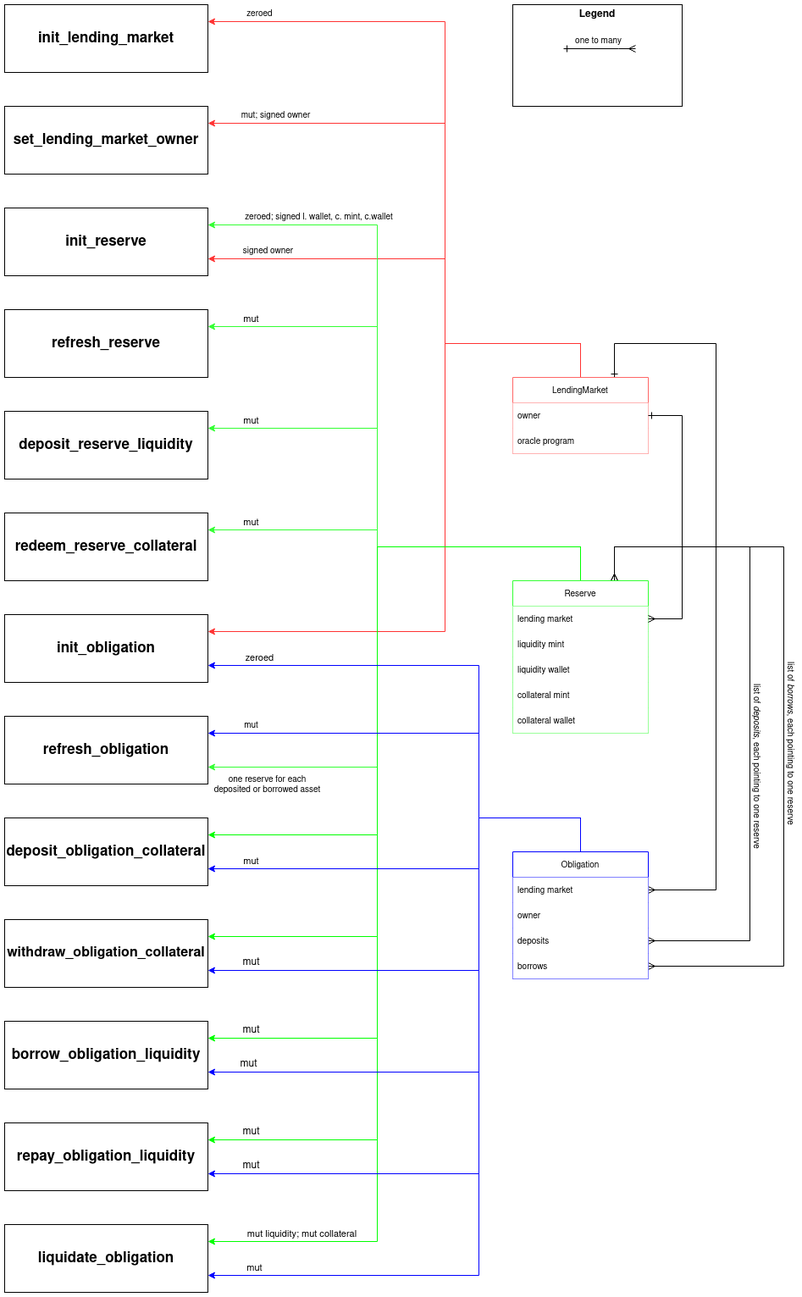
Before: docs/endpoints_accounts_relationship.png, a diagram exported from draw.io (aldrin-labs/solana-borrow-lending). Source tidied: cells renumbered, new cells last; positions are measured from the earlier drawing's top-left corner, leaving out a move shared by most shapes.
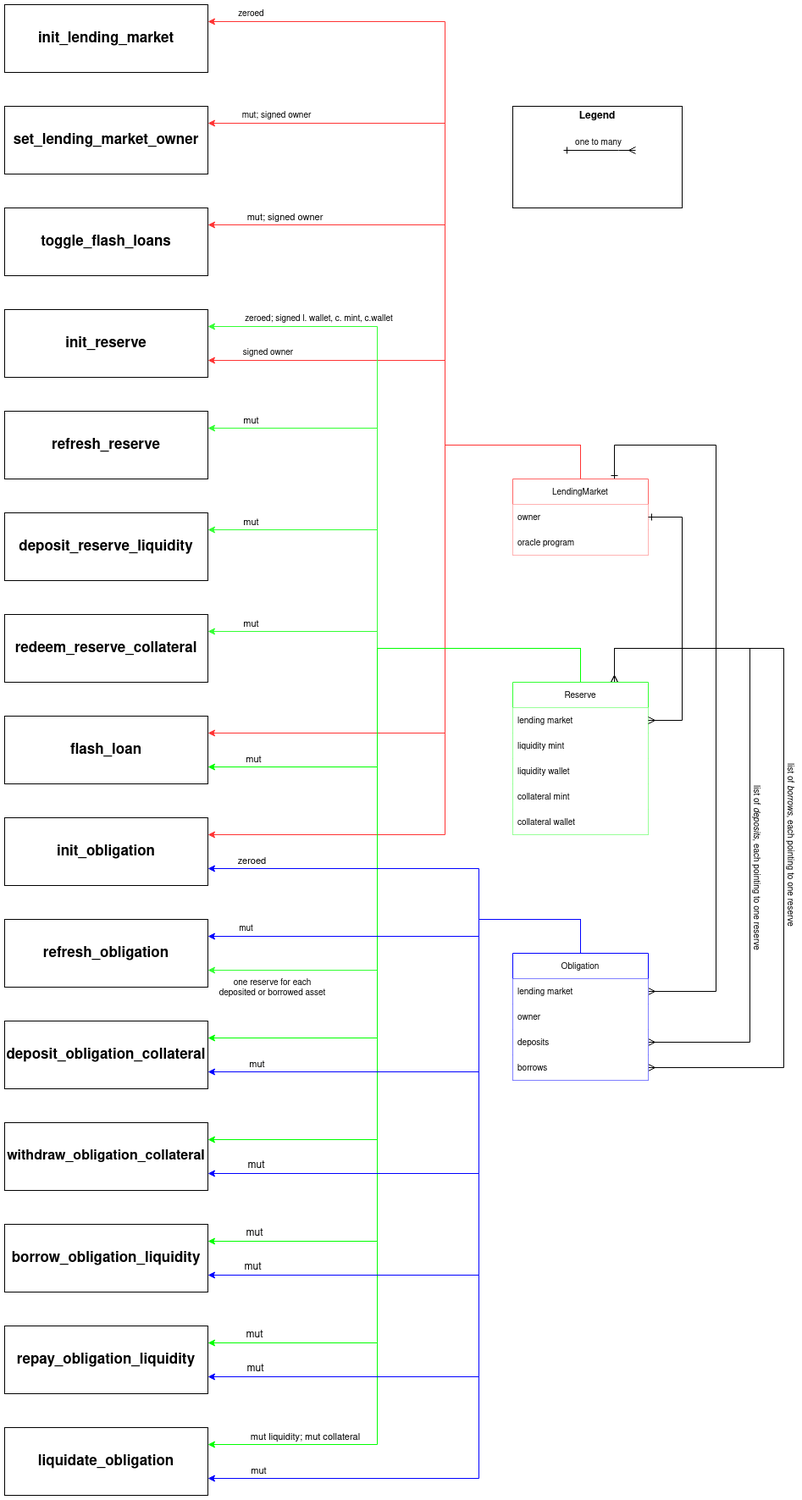
The same diagram one commit later.

Change to the diagram source:
```diff
@@ -3,20 +3,20 @@
     <mxCell id="0" />
     <mxCell id="1" parent="0" />
     <mxCell id="2" value="&lt;div&gt;&lt;b&gt;&lt;font style=&quot;font-size: 17px&quot;&gt;init_lending_market&lt;/font&gt;&lt;/b&gt;&lt;/div&gt;" style="rounded=0;whiteSpace=wrap;html=1;fontColor=default;" parent="1" vertex="1">
-      <mxGeometry width="240" height="80" as="geometry" />
+      <mxGeometry y="-120" width="240" height="80" as="geometry" />
     </mxCell>
     <mxCell id="3" style="edgeStyle=orthogonalEdgeStyle;rounded=0;jettySize=auto;html=1;exitX=0.5;exitY=0;exitDx=0;exitDy=0;entryX=1;entryY=0.25;entryDx=0;entryDy=0;fontSize=10;fillColor=#f8cecc;strokeColor=#FF3333;fontColor=default;" parent="1" edge="1" source="11" target="2">
       <mxGeometry relative="1" as="geometry">
         <Array as="points">
           <mxPoint x="680" y="400" />
           <mxPoint x="520" y="400" />
-          <mxPoint x="520" y="20" />
+          <mxPoint x="520" y="-100" />
         </Array>
       </mxGeometry>
     </mxCell>
     <mxCell id="4" value="&lt;div&gt;zeroed&lt;/div&gt;" style="edgeLabel;html=1;align=center;verticalAlign=middle;fontSize=10;labelBackgroundColor=default;fontColor=default;" parent="3" vertex="1">
       <mxGeometry x="0.75" y="2" relative="1" as="geometry">
-        <mxPoint x="-49" y="-12" as="offset" />
+        <mxPoint x="-74" y="-12" as="offset" />
       </mxGeometry>
     </mxCell>
     <mxCell id="5" style="edgeStyle=orthogonalEdgeStyle;rounded=0;jettySize=auto;html=1;exitX=0.5;exitY=0;exitDx=0;exitDy=0;entryX=1;entryY=0.25;entryDx=0;entryDy=0;fontSize=10;strokeColor=#FF3333;fontColor=default;" parent="1" edge="1" source="11" target="14">
@@ -24,13 +24,13 @@
         <Array as="points">
           <mxPoint x="680" y="400" />
           <mxPoint x="520" y="400" />
-          <mxPoint x="520" y="140" />
+          <mxPoint x="520" y="20" />
         </Array>
       </mxGeometry>
     </mxCell>
     <mxCell id="6" value="mut; signed owner" style="edgeLabel;html=1;align=center;verticalAlign=middle;fontSize=10;labelBackgroundColor=default;fontColor=default;" parent="5" vertex="1">
       <mxGeometry x="0.69" y="2" relative="1" as="geometry">
-        <mxPoint x="-34" y="-12" as="offset" />
+        <mxPoint x="-52" y="-12" as="offset" />
       </mxGeometry>
     </mxCell>
     <mxCell id="7" style="edgeStyle=orthogonalEdgeStyle;rounded=0;jettySize=auto;html=1;exitX=0.5;exitY=0;exitDx=0;exitDy=0;entryX=1;entryY=0.75;entryDx=0;entryDy=0;fontSize=10;startArrow=none;startFill=0;endArrow=classic;endFill=1;strokeColor=#FF3333;fontColor=default;" parent="1" edge="1" source="11" target="44">
@@ -52,7 +52,7 @@
         <Array as="points">
           <mxPoint x="680" y="400" />
           <mxPoint x="520" y="400" />
-          <mxPoint x="520" y="740" />
+          <mxPoint x="520" y="860" />
         </Array>
       </mxGeometry>
     </mxCell>
@@ -65,6 +65,29 @@
         </Array>
       </mxGeometry>
     </mxCell>
+    <mxCell id="78" style="edgeStyle=orthogonalEdgeStyle;rounded=0;jettySize=auto;html=1;exitX=0.5;exitY=0;exitDx=0;exitDy=0;entryX=1;entryY=0.25;entryDx=0;entryDy=0;strokeColor=#FF3333;" parent="1" edge="1" source="11" target="83">
+      <mxGeometry relative="1" as="geometry">
+        <Array as="points">
+          <mxPoint x="680" y="400" />
+          <mxPoint x="520" y="400" />
+          <mxPoint x="520" y="740" />
+        </Array>
+      </mxGeometry>
+    </mxCell>
+    <mxCell id="79" style="edgeStyle=orthogonalEdgeStyle;rounded=0;jettySize=auto;html=1;exitX=0.5;exitY=0;exitDx=0;exitDy=0;entryX=1;entryY=0.25;entryDx=0;entryDy=0;strokeColor=#FF3333;" parent="1" edge="1" source="11" target="84">
+      <mxGeometry relative="1" as="geometry">
+        <Array as="points">
+          <mxPoint x="680" y="400" />
+          <mxPoint x="520" y="400" />
+          <mxPoint x="520" y="140" />
+        </Array>
+      </mxGeometry>
+    </mxCell>
+    <mxCell id="80" value="mut; signed owner" style="edgeLabel;html=1;align=center;verticalAlign=middle;" parent="79" vertex="1">
+      <mxGeometry x="0.88" relative="1" as="geometry">
+        <mxPoint x="44" y="-10" as="offset" />
+      </mxGeometry>
+    </mxCell>
     <mxCell id="11" value="LendingMarket" style="swimlane;fontStyle=0;horizontal=1;startSize=30;fontSize=10;labelBorderColor=none;strokeColor=#FF6666;fillColor=default;fontColor=default;" parent="1" vertex="1">
       <mxGeometry x="600" y="440" width="160" height="90" as="geometry" />
     </mxCell>
@@ -75,7 +98,7 @@
       <mxGeometry y="60" width="160" height="30" as="geometry" />
     </mxCell>
     <mxCell id="14" value="&lt;div&gt;&lt;b&gt;&lt;font style=&quot;font-size: 17px&quot;&gt;set_lending_market_owner&lt;/font&gt;&lt;/b&gt;&lt;/div&gt;" style="rounded=0;whiteSpace=wrap;html=1;fontColor=default;" parent="1" vertex="1">
-      <mxGeometry y="120" width="240" height="80" as="geometry" />
+      <mxGeometry width="240" height="80" as="geometry" />
     </mxCell>
     <mxCell id="15" style="edgeStyle=orthogonalEdgeStyle;rounded=0;jettySize=auto;html=1;exitX=0.5;exitY=0;exitDx=0;exitDy=0;entryX=1;entryY=0.25;entryDx=0;entryDy=0;fontSize=10;startArrow=none;startFill=0;endArrow=classic;endFill=1;strokeColor=#33FF33;labelBackgroundColor=default;fontColor=default;" parent="1" edge="1" source="37" target="44">
       <mxGeometry relative="1" as="geometry">
@@ -139,7 +162,7 @@
         <Array as="points">
           <mxPoint x="680" y="640" />
           <mxPoint x="440" y="640" />
-          <mxPoint x="440" y="900" />
+          <mxPoint x="440" y="1020" />
         </Array>
       </mxGeometry>
     </mxCell>
@@ -181,7 +204,7 @@
         <Array as="points">
           <mxPoint x="680" y="640" />
           <mxPoint x="440" y="640" />
-          <mxPoint x="440" y="980" />
+          <mxPoint x="440" y="1100" />
         </Array>
       </mxGeometry>
     </mxCell>
@@ -190,7 +213,7 @@
         <Array as="points">
           <mxPoint x="680" y="640" />
           <mxPoint x="440" y="640" />
-          <mxPoint x="440" y="1100" />
+          <mxPoint x="440" y="1220" />
         </Array>
       </mxGeometry>
     </mxCell>
@@ -199,7 +222,7 @@
         <Array as="points">
           <mxPoint x="680" y="640" />
           <mxPoint x="440" y="640" />
-          <mxPoint x="440" y="1220" />
+          <mxPoint x="440" y="1340" />
         </Array>
       </mxGeometry>
     </mxCell>
@@ -213,7 +236,7 @@
         <Array as="points">
           <mxPoint x="680" y="640" />
           <mxPoint x="440" y="640" />
-          <mxPoint x="440" y="1340" />
+          <mxPoint x="440" y="1460" />
         </Array>
       </mxGeometry>
     </mxCell>
@@ -227,7 +250,7 @@
         <Array as="points">
           <mxPoint x="680" y="640" />
           <mxPoint x="440" y="640" />
-          <mxPoint x="440" y="1460" />
+          <mxPoint x="440" y="1580" />
         </Array>
       </mxGeometry>
     </mxCell>
@@ -236,6 +259,20 @@
         <mxPoint x="68" y="-8" as="offset" />
       </mxGeometry>
     </mxCell>
+    <mxCell id="81" style="edgeStyle=orthogonalEdgeStyle;rounded=0;jettySize=auto;html=1;exitX=0.5;exitY=0;exitDx=0;exitDy=0;entryX=1;entryY=0.75;entryDx=0;entryDy=0;strokeColor=#00FF00;" parent="1" edge="1" source="37" target="83">
+      <mxGeometry relative="1" as="geometry">
+        <Array as="points">
+          <mxPoint x="680" y="640" />
+          <mxPoint x="440" y="640" />
+          <mxPoint x="440" y="780" />
+        </Array>
+      </mxGeometry>
+    </mxCell>
+    <mxCell id="82" value="mut" style="edgeLabel;html=1;align=center;verticalAlign=middle;" parent="81" vertex="1">
+      <mxGeometry x="0.86" y="2" relative="1" as="geometry">
+        <mxPoint x="9" y="-12" as="offset" />
+      </mxGeometry>
+    </mxCell>
     <mxCell id="37" value="Reserve" style="swimlane;fontStyle=0;horizontal=1;startSize=30;labelBorderColor=none;fontSize=10;strokeColor=#33FF33;fillColor=default;fontColor=default;" parent="1" vertex="1">
       <mxGeometry x="600" y="680" width="160" height="180" as="geometry" />
     </mxCell>
@@ -275,14 +312,14 @@
       <mxGeometry y="600" width="240" height="80" as="geometry" />
     </mxCell>
     <mxCell id="48" value="&lt;div&gt;&lt;b&gt;&lt;font style=&quot;font-size: 17px&quot;&gt;init_obligation&lt;/font&gt;&lt;/b&gt;&lt;/div&gt;" style="rounded=0;whiteSpace=wrap;html=1;fillColor=default;strokeColor=default;fontColor=default;" parent="1" vertex="1">
-      <mxGeometry y="720" width="240" height="80" as="geometry" />
+      <mxGeometry y="840" width="240" height="80" as="geometry" />
     </mxCell>
     <mxCell id="49" style="edgeStyle=orthogonalEdgeStyle;rounded=0;jettySize=auto;html=1;exitX=0.5;exitY=0;exitDx=0;exitDy=0;entryX=1;entryY=0.75;entryDx=0;entryDy=0;fontColor=default;strokeColor=#0000FF;labelBackgroundColor=default;" parent="1" edge="1" source="63" target="48">
       <mxGeometry relative="1" as="geometry">
         <Array as="points">
           <mxPoint x="680" y="960" />
           <mxPoint x="560" y="960" />
-          <mxPoint x="560" y="780" />
+          <mxPoint x="560" y="900" />
         </Array>
       </mxGeometry>
     </mxCell>
@@ -296,7 +333,7 @@
         <Array as="points">
           <mxPoint x="680" y="960" />
           <mxPoint x="560" y="960" />
-          <mxPoint x="560" y="860" />
+          <mxPoint x="560" y="980" />
         </Array>
       </mxGeometry>
     </mxCell>
@@ -310,7 +347,7 @@
         <Array as="points">
           <mxPoint x="680" y="960" />
           <mxPoint x="560" y="960" />
-          <mxPoint x="560" y="1020" />
+          <mxPoint x="560" y="1140" />
         </Array>
       </mxGeometry>
     </mxCell>
@@ -324,7 +361,7 @@
         <Array as="points">
           <mxPoint x="680" y="960" />
           <mxPoint x="560" y="960" />
-          <mxPoint x="560" y="1140" />
+          <mxPoint x="560" y="1260" />
         </Array>
       </mxGeometry>
     </mxCell>
@@ -338,7 +375,7 @@
         <Array as="points">
           <mxPoint x="680" y="960" />
           <mxPoint x="560" y="960" />
-          <mxPoint x="560" y="1260" />
+          <mxPoint x="560" y="1380" />
         </Array>
       </mxGeometry>
     </mxCell>
@@ -352,7 +389,7 @@
         <Array as="points">
           <mxPoint x="680" y="960" />
           <mxPoint x="560" y="960" />
-          <mxPoint x="560" y="1380" />
+          <mxPoint x="560" y="1500" />
         </Array>
       </mxGeometry>
     </mxCell>
@@ -366,7 +403,7 @@
         <Array as="points">
           <mxPoint x="680" y="960" />
           <mxPoint x="560" y="960" />
-          <mxPoint x="560" y="1500" />
+          <mxPoint x="560" y="1620" />
         </Array>
       </mxGeometry>
     </mxCell>
@@ -391,7 +428,7 @@
       <mxGeometry y="120" width="160" height="30" as="geometry" />
     </mxCell>
     <mxCell id="68" value="&lt;div&gt;&lt;b&gt;&lt;font style=&quot;font-size: 17px&quot;&gt;refresh_obligation&lt;/font&gt;&lt;/b&gt;&lt;/div&gt;" style="rounded=0;whiteSpace=wrap;html=1;fillColor=default;strokeColor=default;fontColor=default;" parent="1" vertex="1">
-      <mxGeometry y="840" width="240" height="80" as="geometry" />
+      <mxGeometry y="960" width="240" height="80" as="geometry" />
     </mxCell>
     <mxCell id="69" style="group;fontColor=default;" parent="1" vertex="1">
       <mxGeometry x="600" width="200" height="120" as="geometry" />
@@ -414,19 +451,25 @@
       </mxGeometry>
     </mxCell>
     <mxCell id="73" value="&lt;div&gt;&lt;b&gt;&lt;font style=&quot;font-size: 17px&quot;&gt;deposit_obligation_collateral&lt;/font&gt;&lt;/b&gt;&lt;/div&gt;" style="rounded=0;whiteSpace=wrap;html=1;fillColor=default;strokeColor=default;fontColor=default;" parent="1" vertex="1">
-      <mxGeometry y="960" width="240" height="80" as="geometry" />
+      <mxGeometry y="1080" width="240" height="80" as="geometry" />
     </mxCell>
     <mxCell id="74" value="&lt;div style=&quot;font-size: 16px;&quot;&gt;&lt;b style=&quot;font-size: 16px;&quot;&gt;&lt;font style=&quot;font-size: 16px;&quot;&gt;withdraw_obligation_collateral&lt;/font&gt;&lt;/b&gt;&lt;/div&gt;" style="rounded=0;whiteSpace=wrap;html=1;fillColor=default;strokeColor=default;fontColor=default;fontSize=16;" parent="1" vertex="1">
-      <mxGeometry y="1080" width="240" height="80" as="geometry" />
+      <mxGeometry y="1200" width="240" height="80" as="geometry" />
     </mxCell>
     <mxCell id="75" value="&lt;div style=&quot;font-size: 17px&quot;&gt;&lt;font style=&quot;font-size: 17px&quot;&gt;&lt;b&gt;&lt;font style=&quot;font-size: 17px&quot;&gt;borrow_obligation_liquidity&lt;/font&gt;&lt;/b&gt;&lt;/font&gt;&lt;/div&gt;" style="rounded=0;whiteSpace=wrap;html=1;fillColor=default;strokeColor=default;fontColor=default;fontSize=16;" parent="1" vertex="1">
-      <mxGeometry y="1200" width="240" height="80" as="geometry" />
+      <mxGeometry y="1320" width="240" height="80" as="geometry" />
     </mxCell>
     <mxCell id="76" value="&lt;div style=&quot;font-size: 17px&quot;&gt;&lt;font style=&quot;font-size: 17px&quot;&gt;&lt;b&gt;&lt;font style=&quot;font-size: 17px&quot;&gt;repay_obligation_liquidity&lt;/font&gt;&lt;/b&gt;&lt;/font&gt;&lt;/div&gt;" style="rounded=0;whiteSpace=wrap;html=1;fillColor=default;strokeColor=default;fontColor=default;fontSize=16;" parent="1" vertex="1">
-      <mxGeometry y="1320" width="240" height="80" as="geometry" />
+      <mxGeometry y="1440" width="240" height="80" as="geometry" />
     </mxCell>
     <mxCell id="77" value="&lt;div style=&quot;font-size: 17px&quot;&gt;&lt;font style=&quot;font-size: 17px&quot;&gt;&lt;b&gt;&lt;font style=&quot;font-size: 17px&quot;&gt;liquidate_obligation&lt;/font&gt;&lt;/b&gt;&lt;/font&gt;&lt;/div&gt;" style="rounded=0;whiteSpace=wrap;html=1;fillColor=default;strokeColor=default;fontColor=default;fontSize=16;" parent="1" vertex="1">
-      <mxGeometry y="1440" width="240" height="80" as="geometry" />
+      <mxGeometry y="1560" width="240" height="80" as="geometry" />
     </mxCell>
+    <mxCell id="83" value="&lt;div&gt;&lt;b&gt;&lt;font style=&quot;font-size: 17px&quot;&gt;flash_loan&lt;/font&gt;&lt;/b&gt;&lt;/div&gt;" style="rounded=0;whiteSpace=wrap;html=1;fillColor=default;strokeColor=default;fontColor=default;" parent="1" vertex="1">
+      <mxGeometry y="720" width="240" height="80" as="geometry" />
+    </mxCell>
+    <mxCell id="84" value="&lt;div&gt;&lt;b&gt;&lt;font style=&quot;font-size: 17px&quot;&gt;toggle_flash_loans&lt;/font&gt;&lt;/b&gt;&lt;/div&gt;" style="rounded=0;whiteSpace=wrap;html=1;fontColor=default;" parent="1" vertex="1">
+      <mxGeometry y="120" width="240" height="80" as="geometry" />
+    </mxCell>
   </root>
 </mxGraphModel>
```
